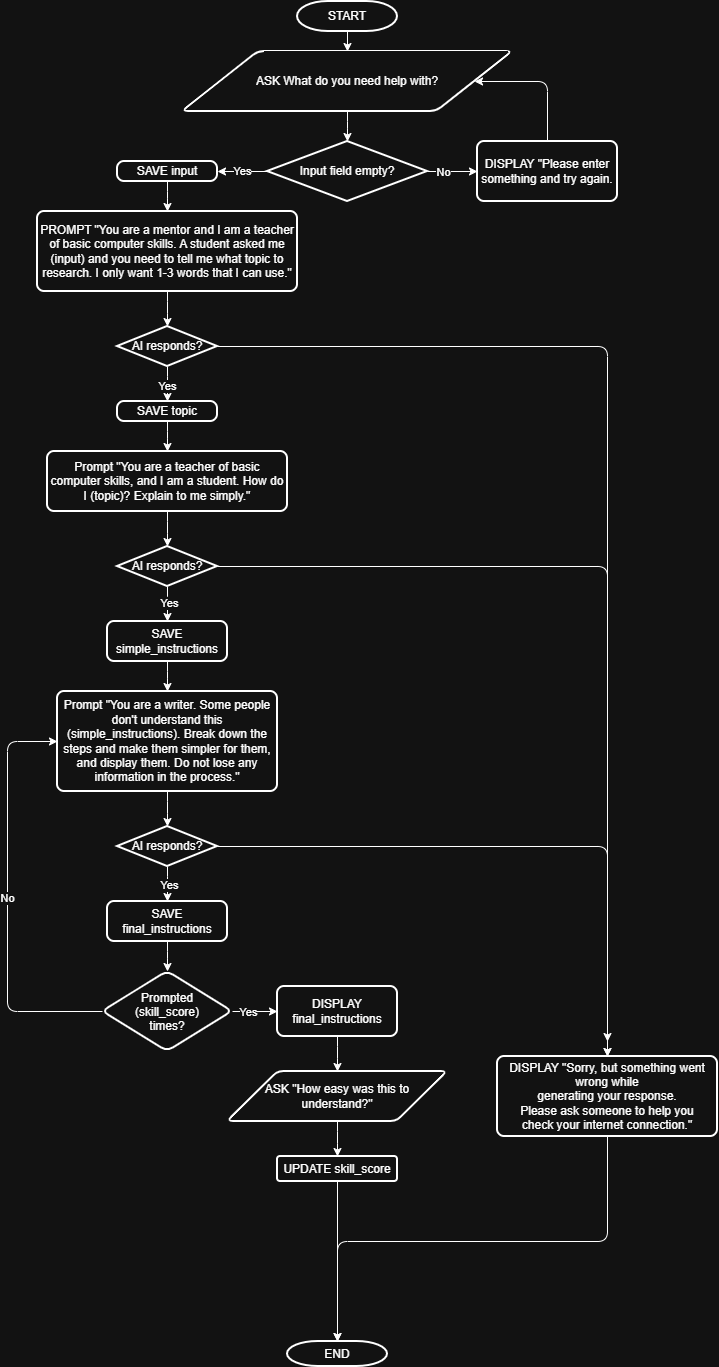
The draw.io diagram Day4/flowchart.png in picturecube/AIBootcamp, before a commit. Source tidied: cells renumbered, new cells last; positions are measured from the earlier drawing's top-left corner, leaving out a move shared by most shapes.
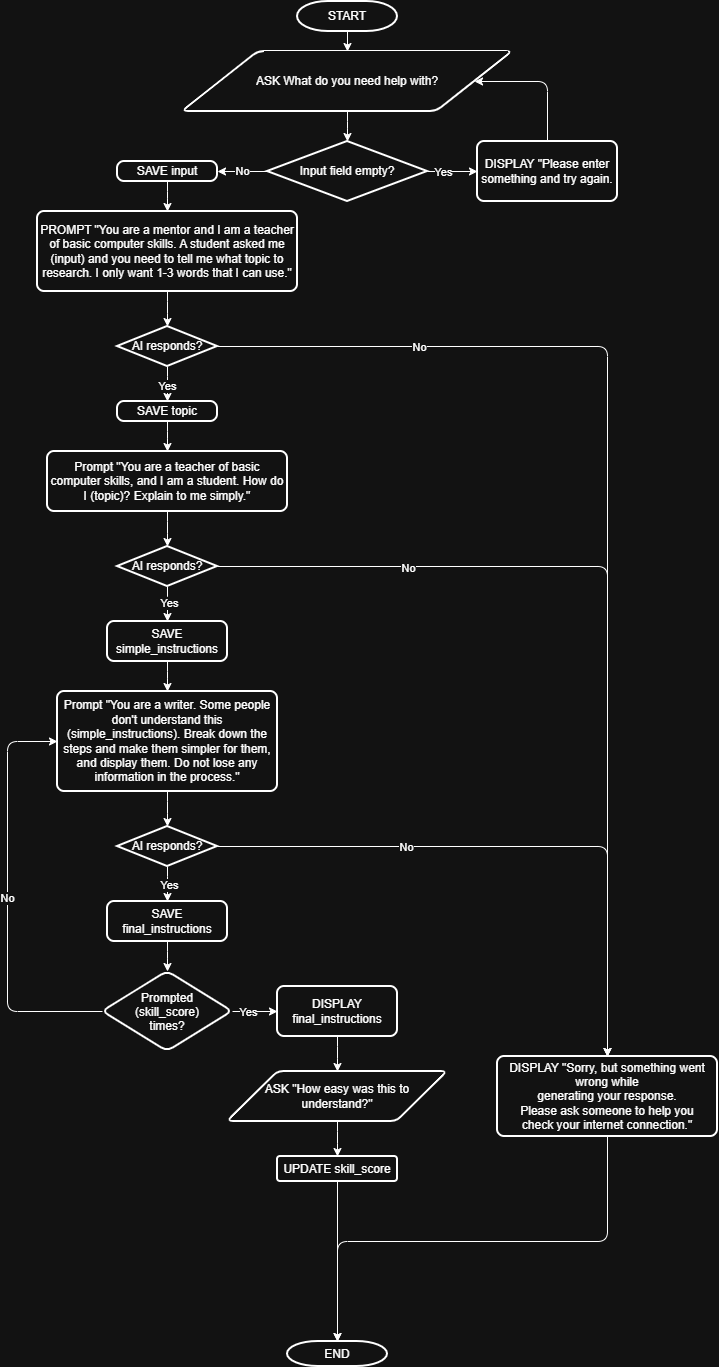
After the commit.

Commit message:
updated flowchart to more clearly show decisions

What changed in the source:
```diff
@@ -11,7 +11,7 @@
     <mxCell id="4" value="ASK What do you need help with?" style="shape=parallelogram;html=1;strokeWidth=2;perimeter=parallelogramPerimeter;whiteSpace=wrap;rounded=1;arcSize=12;size=0.23;" parent="1" vertex="1">
       <mxGeometry x="175" y="50" width="330" height="60" as="geometry" />
     </mxCell>
-    <mxCell id="5" value="Yes" style="edgeStyle=orthogonalEdgeStyle;rounded=1;jettySize=auto;html=1;entryX=1;entryY=0.5;entryDx=0;entryDy=0;curved=0;" parent="1" edge="1" source="6" target="9">
+    <mxCell id="5" value="No" style="edgeStyle=orthogonalEdgeStyle;rounded=1;jettySize=auto;html=1;entryX=1;entryY=0.5;entryDx=0;entryDy=0;curved=0;" parent="1" edge="1" source="6" target="9">
       <mxGeometry relative="1" as="geometry" />
     </mxCell>
     <mxCell id="6" value="Input field empty?" style="strokeWidth=2;html=1;shape=mxgraph.flowchart.decision;whiteSpace=wrap;" parent="1" vertex="1">
@@ -107,7 +107,7 @@
     <mxCell id="33" style="edgeStyle=orthogonalEdgeStyle;rounded=1;jettySize=auto;html=1;curved=0;" parent="1" edge="1" source="6" target="32">
       <mxGeometry relative="1" as="geometry" />
     </mxCell>
-    <mxCell id="34" value="No" style="edgeLabel;html=1;align=center;verticalAlign=middle;" parent="33" vertex="1">
+    <mxCell id="34" value="Yes" style="edgeLabel;html=1;align=center;verticalAlign=middle;" parent="33" vertex="1">
       <mxGeometry x="-0.39" relative="1" as="geometry" />
     </mxCell>
     <mxCell id="35" style="edgeStyle=orthogonalEdgeStyle;rounded=1;jettySize=auto;html=1;curved=0;" parent="1" edge="1" source="38" target="13">
@@ -119,6 +119,9 @@
     <mxCell id="37" style="edgeStyle=orthogonalEdgeStyle;rounded=1;jettySize=auto;html=1;entryX=0.5;entryY=0;entryDx=0;entryDy=0;curved=0;" parent="1" edge="1" source="38" target="49">
       <mxGeometry relative="1" as="geometry" />
     </mxCell>
+    <mxCell id="51" value="No" style="edgeLabel;html=1;align=center;verticalAlign=middle;" parent="37" vertex="1">
+      <mxGeometry x="-0.63" relative="1" as="geometry" />
+    </mxCell>
     <mxCell id="38" value="AI responds?" style="strokeWidth=2;html=1;shape=mxgraph.flowchart.decision;whiteSpace=wrap;" parent="1" vertex="1">
       <mxGeometry x="110" y="325" width="100" height="40" as="geometry" />
     </mxCell>
@@ -131,6 +134,9 @@
     <mxCell id="41" style="edgeStyle=orthogonalEdgeStyle;rounded=1;jettySize=auto;html=1;entryX=0.5;entryY=0;entryDx=0;entryDy=0;curved=0;" parent="1" edge="1" source="42" target="49">
       <mxGeometry relative="1" as="geometry" />
     </mxCell>
+    <mxCell id="52" value="No" style="edgeLabel;html=1;align=center;verticalAlign=middle;" parent="41" vertex="1">
+      <mxGeometry x="-0.57" y="-1" relative="1" as="geometry" />
+    </mxCell>
     <mxCell id="42" value="AI responds?" style="strokeWidth=2;html=1;shape=mxgraph.flowchart.decision;whiteSpace=wrap;" parent="1" vertex="1">
       <mxGeometry x="110" y="545" width="100" height="40" as="geometry" />
     </mxCell>
@@ -140,11 +146,12 @@
     <mxCell id="44" value="Yes" style="edgeLabel;html=1;align=center;verticalAlign=middle;" parent="43" vertex="1">
       <mxGeometry x="0.23" y="1" relative="1" as="geometry" />
     </mxCell>
-    <mxCell id="45" style="edgeStyle=orthogonalEdgeStyle;rounded=1;jettySize=auto;html=1;curved=0;" parent="1" edge="1" source="46">
-      <mxGeometry relative="1" as="geometry">
-        <mxPoint x="600" y="1040" as="targetPoint" />
-      </mxGeometry>
+    <mxCell id="45" style="edgeStyle=orthogonalEdgeStyle;rounded=1;jettySize=auto;html=1;curved=0;entryX=0.5;entryY=0;entryDx=0;entryDy=0;" parent="1" edge="1" source="46" target="49">
+      <mxGeometry relative="1" as="geometry" />
     </mxCell>
+    <mxCell id="53" value="No" style="edgeLabel;html=1;align=center;verticalAlign=middle;" parent="45" vertex="1">
+      <mxGeometry x="-0.37" relative="1" as="geometry" />
+    </mxCell>
     <mxCell id="46" value="AI responds?" style="strokeWidth=2;html=1;shape=mxgraph.flowchart.decision;whiteSpace=wrap;" parent="1" vertex="1">
       <mxGeometry x="110" y="825" width="100" height="40" as="geometry" />
     </mxCell>
```
